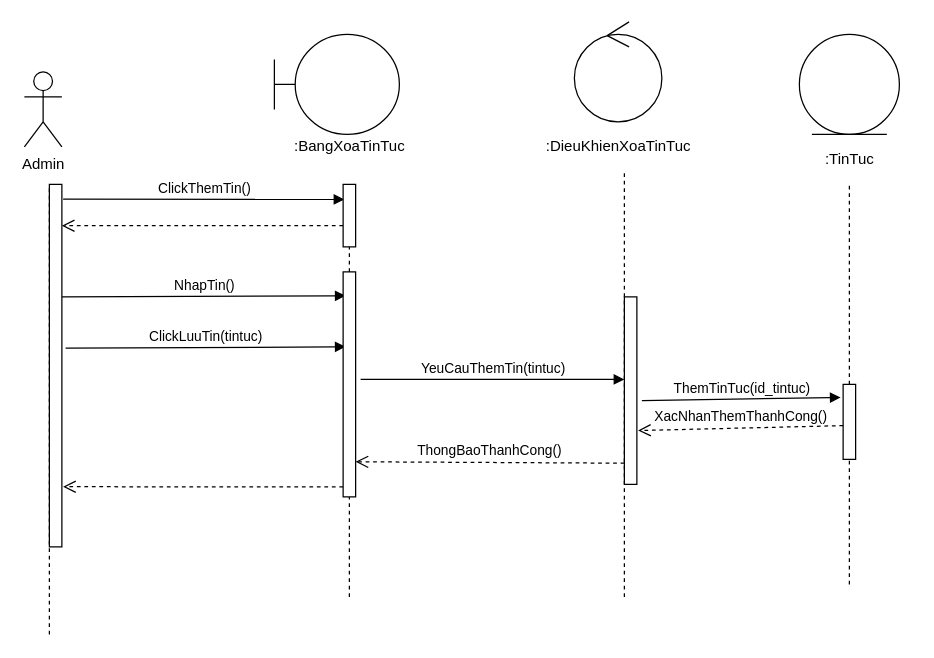
This is Sequence/ThemTinTuc.drawio from hoangminh15/PTTKHT, a draw.io file, before an edit. Source tidied: cells renumbered, new cells numbered last; positions are measured from the earlier drawing's top-left corner, leaving out a move shared by most shapes. Both pictures are drawn from the tidied source at 125%, with x=0, y=0 at pixel (24, 21).
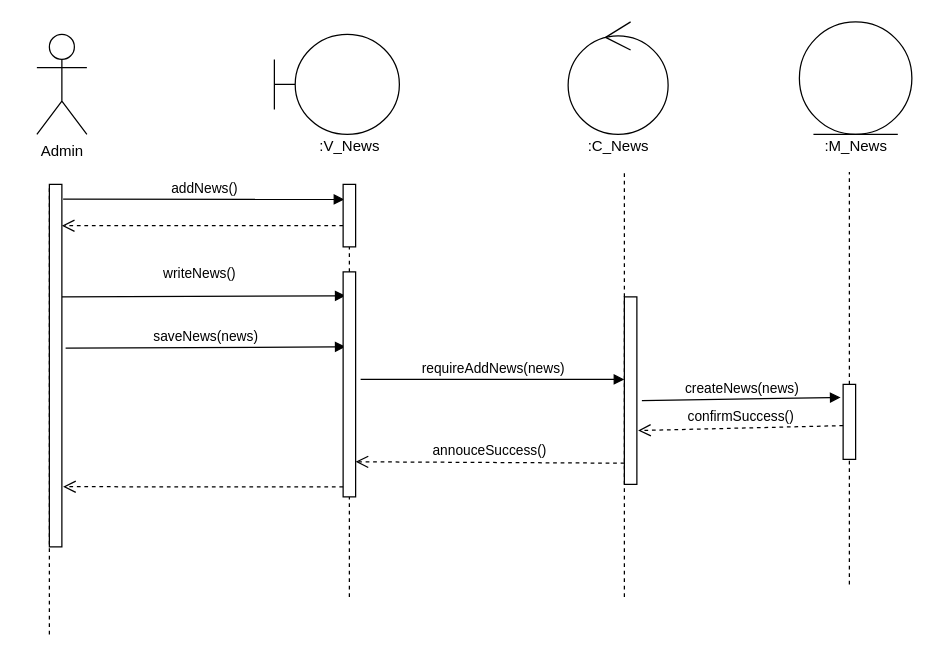
After the change.

The change refers to these unchanged cells:
```xml
<mxCell id="14" style="html=1;points=[];perimeter=orthogonalPerimeter;" parent="1" vertex="1">
  <mxGeometry x="255" y="130" width="10" height="50" as="geometry" />
</mxCell>
<mxCell id="16" style="html=1;points=[];perimeter=orthogonalPerimeter;" parent="1" vertex="1">
  <mxGeometry x="20" y="130" width="10" height="290" as="geometry" />
</mxCell>
<mxCell id="17" style="html=1;points=[];perimeter=orthogonalPerimeter;" parent="1" vertex="1">
  <mxGeometry x="255" y="200" width="10" height="180" as="geometry" />
</mxCell>
<mxCell id="21" style="html=1;points=[];perimeter=orthogonalPerimeter;" parent="1" vertex="1">
  <mxGeometry x="480" y="220" width="10" height="150" as="geometry" />
</mxCell>
<mxCell id="27" style="html=1;points=[];perimeter=orthogonalPerimeter;" parent="1" vertex="1">
  <mxGeometry x="655" y="290" width="10" height="60" as="geometry" />
</mxCell>
```

The edit, as a diff of the source:
```diff
@@
-    <mxCell id="2" value="ClickThemTin()" style="html=1;verticalAlign=bottom;endArrow=block;exitX=1.1;exitY=0.041;exitDx=0;exitDy=0;exitPerimeter=0;entryX=0.1;entryY=0.24;entryDx=0;entryDy=0;entryPerimeter=0;" parent="1" edge="1" source="16" target="14">
+    <mxCell id="2" value="addNews()" style="html=1;verticalAlign=bottom;endArrow=block;exitX=1.1;exitY=0.041;exitDx=0;exitDy=0;exitPerimeter=0;entryX=0.1;entryY=0.24;entryDx=0;entryDy=0;entryPerimeter=0;" parent="1" edge="1" source="16" target="14">
       <mxGeometry relative="1" as="geometry" />
     </mxCell>
@@
-    <mxCell id="4" value="NhapTin()" style="html=1;verticalAlign=bottom;endArrow=block;exitX=1;exitY=0.345;exitDx=0;exitDy=0;exitPerimeter=0;entryX=0.2;entryY=0.106;entryDx=0;entryDy=0;entryPerimeter=0;" parent="1" edge="1" target="17">
-      <mxGeometry relative="1" as="geometry">
+    <mxCell id="4" value="writeNews()" style="html=1;verticalAlign=bottom;endArrow=block;exitX=1;exitY=0.345;exitDx=0;exitDy=0;exitPerimeter=0;entryX=0.2;entryY=0.106;entryDx=0;entryDy=0;entryPerimeter=0;" parent="1" edge="1" target="17">
+      <mxGeometry x="-0.03" y="10" relative="1" as="geometry">
         <mxPoint x="30" y="220" as="sourcePoint" />
       </mxGeometry>
     </mxCell>
-    <mxCell id="5" value="ClickLuuTin(tintuc)" style="html=1;verticalAlign=bottom;endArrow=block;exitX=1.3;exitY=0.452;exitDx=0;exitDy=0;exitPerimeter=0;entryX=0.2;entryY=0.333;entryDx=0;entryDy=0;entryPerimeter=0;" parent="1" edge="1" source="16" target="17">
+    <mxCell id="5" value="saveNews(news)" style="html=1;verticalAlign=bottom;endArrow=block;exitX=1.3;exitY=0.452;exitDx=0;exitDy=0;exitPerimeter=0;entryX=0.2;entryY=0.333;entryDx=0;entryDy=0;entryPerimeter=0;" parent="1" edge="1" source="16" target="17">
       <mxGeometry relative="1" as="geometry" />
     </mxCell>
-    <mxCell id="6" value="YeuCauThemTin(tintuc)" style="html=1;verticalAlign=bottom;endArrow=block;exitX=1.4;exitY=0.478;exitDx=0;exitDy=0;exitPerimeter=0;" parent="1" edge="1" source="17" target="21">
+    <mxCell id="6" value="requireAddNews(news)" style="html=1;verticalAlign=bottom;endArrow=block;exitX=1.4;exitY=0.478;exitDx=0;exitDy=0;exitPerimeter=0;" parent="1" edge="1" source="17" target="21">
       <mxGeometry relative="1" as="geometry" />
     </mxCell>
-    <mxCell id="7" value="ThongBaoThanhCong()" style="html=1;verticalAlign=bottom;endArrow=open;dashed=1;endSize=8;exitX=0;exitY=0.887;exitDx=0;exitDy=0;exitPerimeter=0;entryX=1;entryY=0.844;entryDx=0;entryDy=0;entryPerimeter=0;" parent="1" edge="1" source="21" target="17">
+    <mxCell id="7" value="annouceSuccess()" style="html=1;verticalAlign=bottom;endArrow=open;dashed=1;endSize=8;exitX=0;exitY=0.887;exitDx=0;exitDy=0;exitPerimeter=0;entryX=1;entryY=0.844;entryDx=0;entryDy=0;entryPerimeter=0;" parent="1" edge="1" source="21" target="17">
       <mxGeometry relative="1" as="geometry" />
     </mxCell>
-    <mxCell id="8" value=":BangXoaTinTuc" style="text;html=1;align=center;verticalAlign=middle;" parent="1" vertex="1">
-      <mxGeometry x="210" y="90" width="100" height="20" as="geometry" />
+    <mxCell id="8" value=":V_News" style="text;html=1;align=center;verticalAlign=middle;" parent="1" vertex="1">
+      <mxGeometry x="230" y="90" width="60" height="20" as="geometry" />
     </mxCell>
-    <mxCell id="9" value=":DieuKhienXoaTinTuc" style="text;html=1;align=center;verticalAlign=middle;" parent="1" vertex="1">
-      <mxGeometry x="410" y="90" width="130" height="20" as="geometry" />
+    <mxCell id="9" value=":C_News" style="text;html=1;align=center;verticalAlign=middle;" parent="1" vertex="1">
+      <mxGeometry x="445" y="90" width="60" height="20" as="geometry" />
     </mxCell>
     <mxCell id="10" value="Admin" style="shape=umlActor;verticalLabelPosition=bottom;verticalAlign=top;html=1;" parent="1" vertex="1">
-      <mxGeometry y="40" width="30" height="60" as="geometry" />
+      <mxGeometry x="10" y="10" width="40" height="80" as="geometry" />
     </mxCell>
@@
     <mxCell id="19" style="ellipse;shape=umlControl;whiteSpace=wrap;html=1;" parent="1" vertex="1">
-      <mxGeometry x="440" width="70" height="80" as="geometry" />
+      <mxGeometry x="435" width="80" height="90" as="geometry" />
     </mxCell>
@@
     <mxCell id="23" style="ellipse;shape=umlEntity;whiteSpace=wrap;html=1;" parent="1" vertex="1">
-      <mxGeometry x="620" y="10" width="80" height="80" as="geometry" />
+      <mxGeometry x="620" width="90" height="90" as="geometry" />
     </mxCell>
-    <mxCell id="24" value=":TinTuc" style="text;html=1;align=center;verticalAlign=middle;" parent="1" vertex="1">
-      <mxGeometry x="635" y="100" width="50" height="20" as="geometry" />
+    <mxCell id="24" value=":M_News" style="text;html=1;align=center;verticalAlign=middle;" parent="1" vertex="1">
+      <mxGeometry x="635" y="90" width="60" height="20" as="geometry" />
     </mxCell>
     <mxCell id="25" style="endArrow=none;dashed=1;html=1;" parent="1" edge="1" source="27">
       <mxGeometry relative="1" as="geometry">
-        <mxPoint x="660" y="130" as="targetPoint" />
+        <mxPoint x="660" y="120" as="targetPoint" />
       </mxGeometry>
     </mxCell>
-    <mxCell id="26" value="ThemTinTuc(id_tintuc)" style="html=1;verticalAlign=bottom;endArrow=block;exitX=1.4;exitY=0.553;exitDx=0;exitDy=0;exitPerimeter=0;entryX=-0.2;entryY=0.175;entryDx=0;entryDy=0;entryPerimeter=0;" parent="1" edge="1" source="21" target="27">
+    <mxCell id="26" value="createNews(news)" style="html=1;verticalAlign=bottom;endArrow=block;exitX=1.4;exitY=0.553;exitDx=0;exitDy=0;exitPerimeter=0;entryX=-0.2;entryY=0.175;entryDx=0;entryDy=0;entryPerimeter=0;" parent="1" edge="1" source="21" target="27">
       <mxGeometry relative="1" as="geometry" />
     </mxCell>
@@
-    <mxCell id="29" value="&lt;div&gt;XacNhanThemThanhCong()&lt;/div&gt;" style="html=1;verticalAlign=bottom;endArrow=open;dashed=1;endSize=8;exitX=0;exitY=0.55;exitDx=0;exitDy=0;exitPerimeter=0;entryX=1.1;entryY=0.713;entryDx=0;entryDy=0;entryPerimeter=0;" parent="1" edge="1" source="27" target="21">
+    <mxCell id="29" value="&lt;div&gt;confirmSuccess()&lt;/div&gt;" style="html=1;verticalAlign=bottom;endArrow=open;dashed=1;endSize=8;exitX=0;exitY=0.55;exitDx=0;exitDy=0;exitPerimeter=0;entryX=1.1;entryY=0.713;entryDx=0;entryDy=0;entryPerimeter=0;" parent="1" edge="1" source="27" target="21">
       <mxGeometry relative="1" as="geometry" />
     </mxCell>
```
